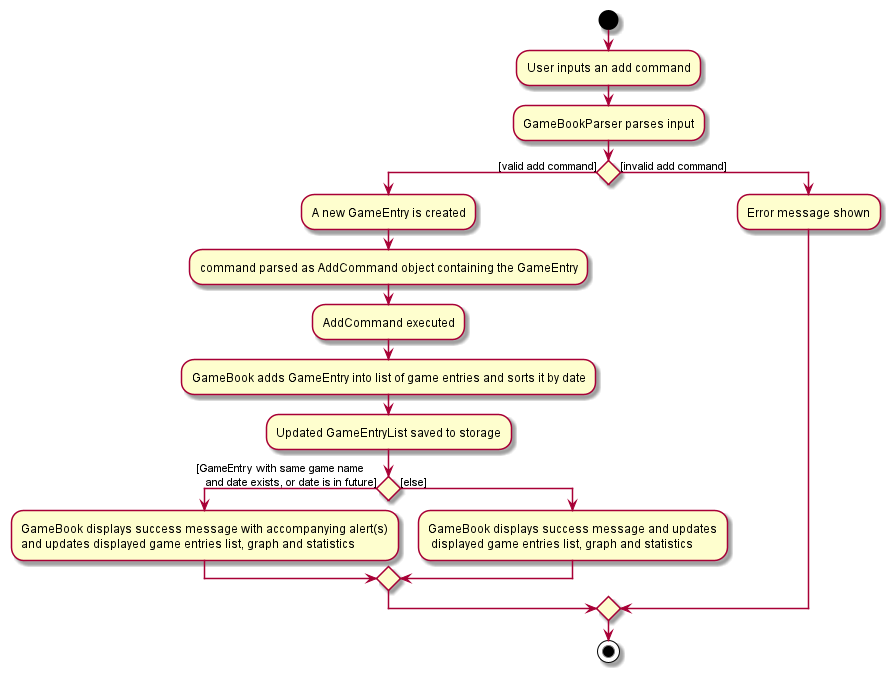
The PlantUML diagram docs/images/AddActivityDiagram.png in yzhilong/tp, before a commit.
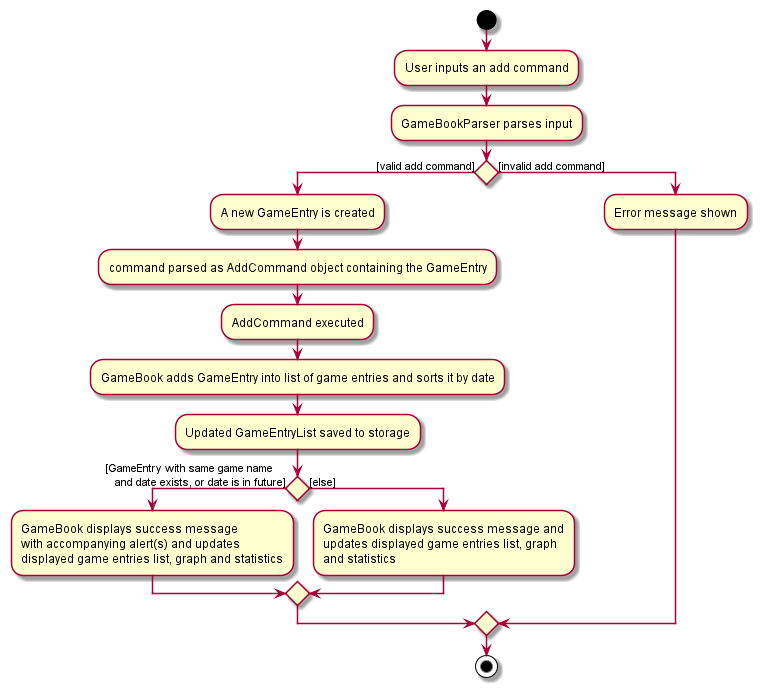
The same file after the commit.

Diff of the diagram source:
```diff
@@ -12,11 +12,13 @@
   :Updated GameEntryList saved to storage;
   if() then([GameEntry with same game name
    and date exists, or date is in future])
-    :GameBook displays success message with accompanying alert(s)
-    and updates displayed game entries list, graph and statistics;
+    :GameBook displays success message
+    with accompanying alert(s) and updates
+    displayed game entries list, graph and statistics;
   else ([else])
-    :GameBook displays success message and updates
-     displayed game entries list, graph and statistics;
+    :GameBook displays success message and
+    updates displayed game entries list, graph
+    and statistics;
   endif
 
 else ([invalid add command])
```
